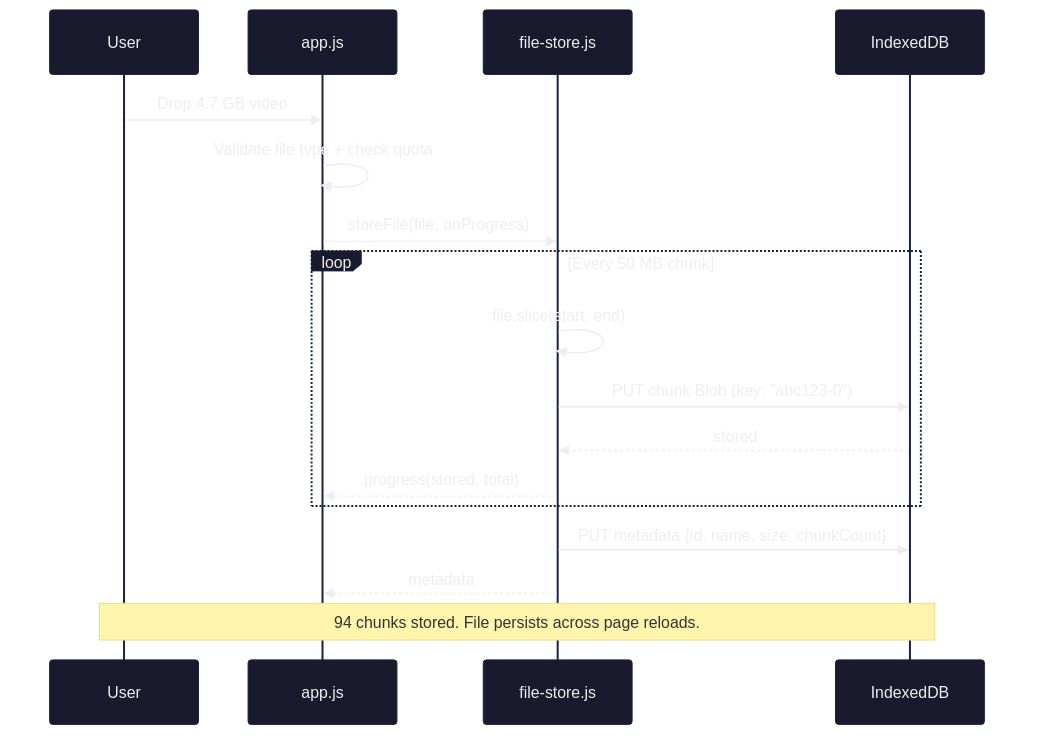
Above: docs/diagrams/02-chunked-storage-flow.png in gjovanov/audio-waveform (Mermaid), before the change. Its source is kept beside it as docs/diagrams/02-chunked-storage-flow.mmd. The source it was exported from:
```mermaid
%%{init: {'theme': 'base', 'themeVariables': {'primaryColor': '#1a1a2e', 'primaryTextColor': '#eee', 'primaryBorderColor': '#16213e', 'lineColor': '#4fc3f7', 'secondaryColor': '#0f3460'}}}%%
sequenceDiagram
    participant User as User
    participant App as app.js
    participant FS as file-store.js
    participant IDB as IndexedDB

    User->>App: Drop 4.7 GB video
    App->>App: Validate file type + check quota
    App->>FS: storeFile(file, onProgress)

    loop Every 50 MB chunk
        FS->>FS: file.slice(start, end)
        FS->>IDB: PUT chunk Blob (key: "abc123-0")
        IDB-->>FS: stored
        FS-->>App: progress(stored, total)
    end

    FS->>IDB: PUT metadata {id, name, size, chunkCount}
    FS-->>App: metadata

    Note over User,IDB: 94 chunks stored. File persists across page reloads.
```
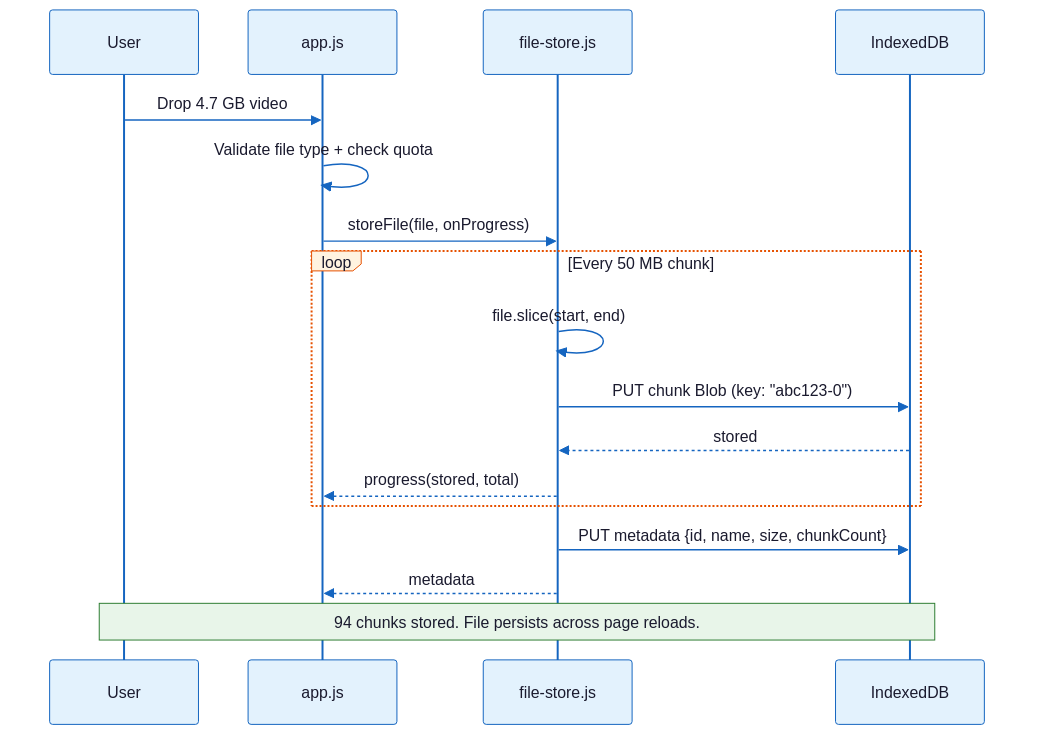
After the change.

Diff of the diagram source:
```diff
@@ -1,4 +1,4 @@
-%%{init: {'theme': 'base', 'themeVariables': {'primaryColor': '#1a1a2e', 'primaryTextColor': '#eee', 'primaryBorderColor': '#16213e', 'lineColor': '#4fc3f7', 'secondaryColor': '#0f3460'}}}%%
+%%{init: {'theme': 'base', 'themeVariables': {'actorBkg': '#e3f2fd', 'actorBorder': '#1565c0', 'actorTextColor': '#1a1a2e', 'actorLineColor': '#1565c0', 'signalColor': '#1565c0', 'signalTextColor': '#1a1a2e', 'labelBoxBkgColor': '#fff3e0', 'labelBoxBorderColor': '#e65100', 'labelTextColor': '#1a1a2e', 'loopTextColor': '#1a1a2e', 'noteBkgColor': '#e8f5e9', 'noteBorderColor': '#2e7d32', 'noteTextColor': '#1a1a2e', 'activationBkgColor': '#bbdefb', 'activationBorderColor': '#1565c0', 'sequenceNumberColor': '#ffffff'}}}%%
 sequenceDiagram
     participant User as User
     participant App as app.js
```
